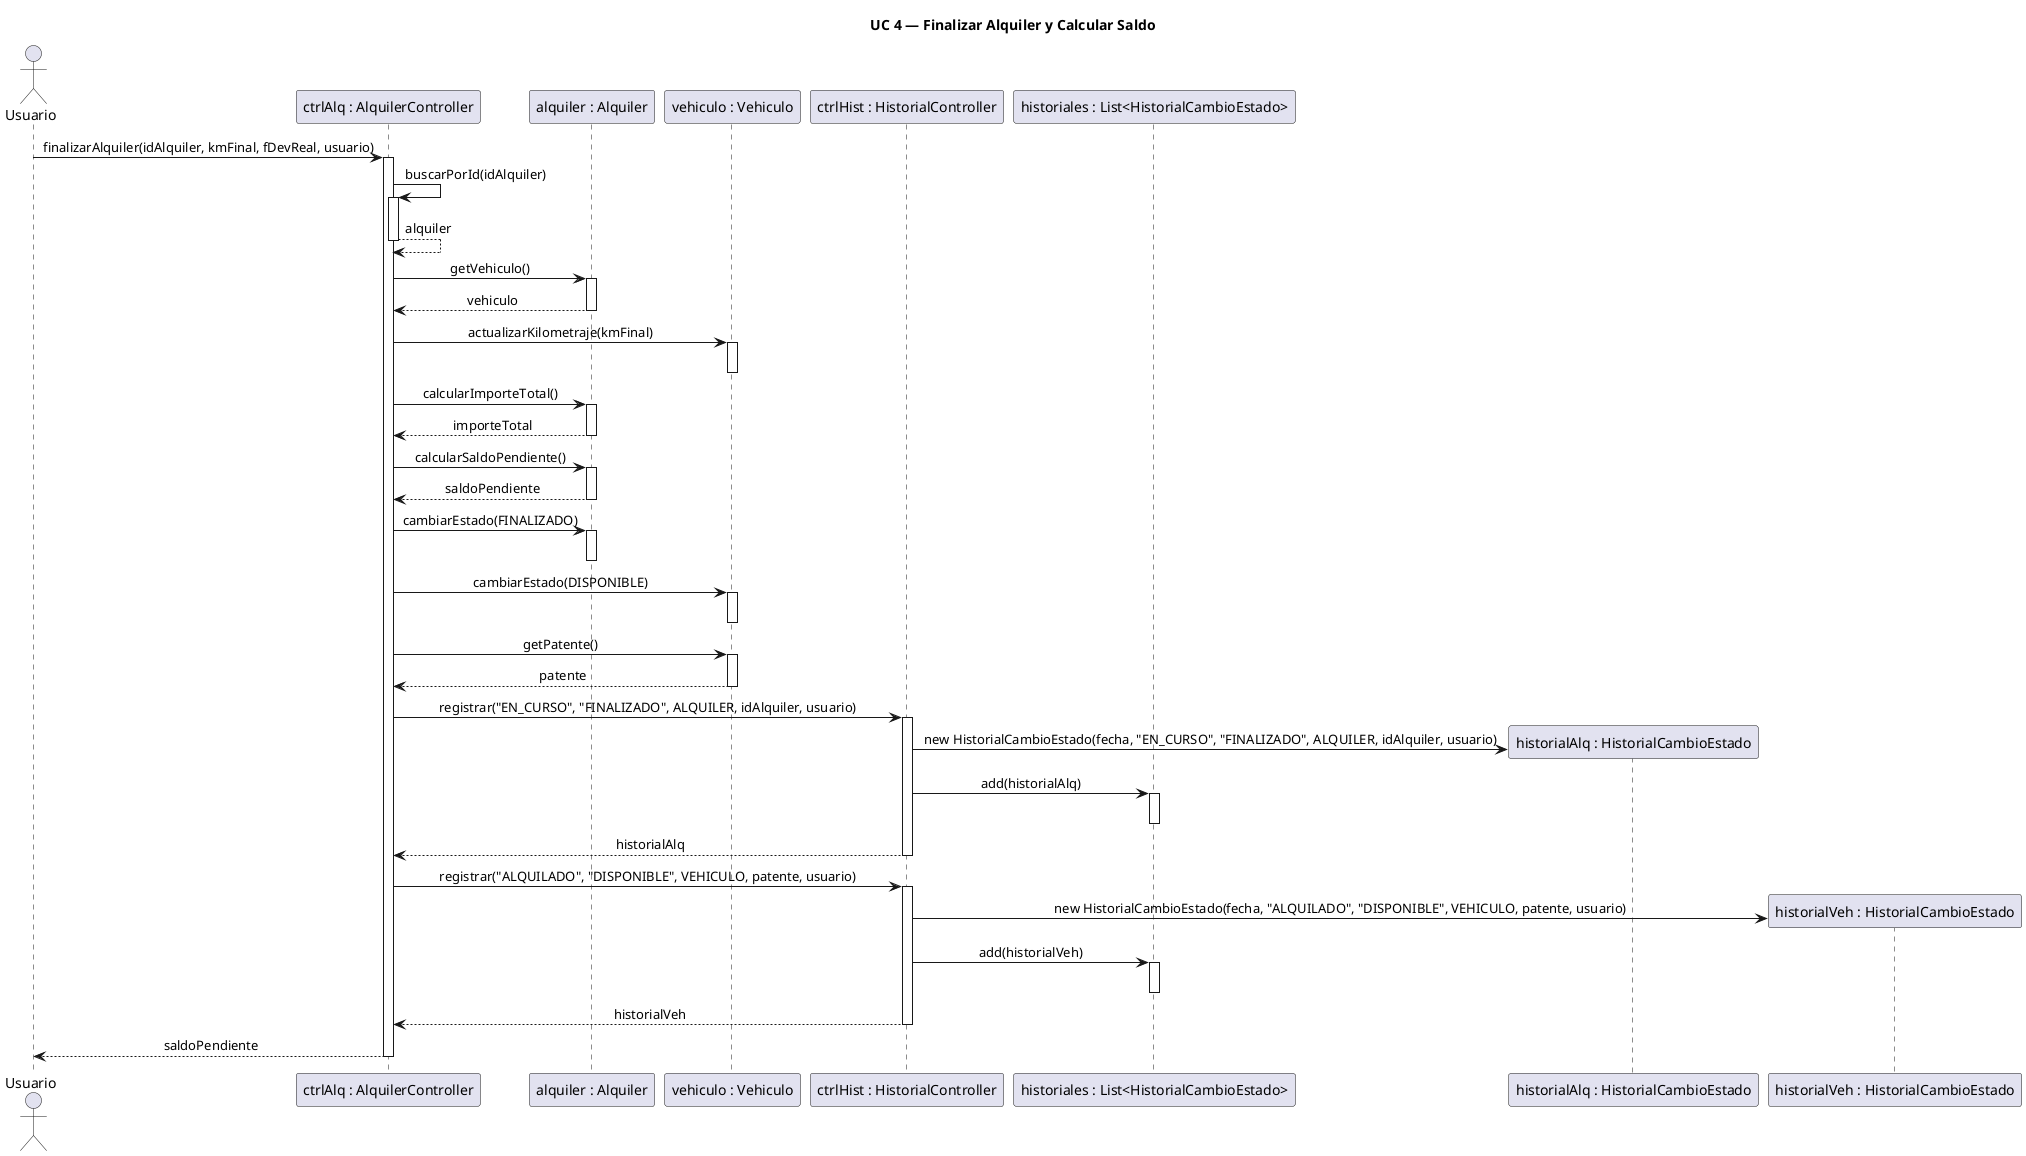
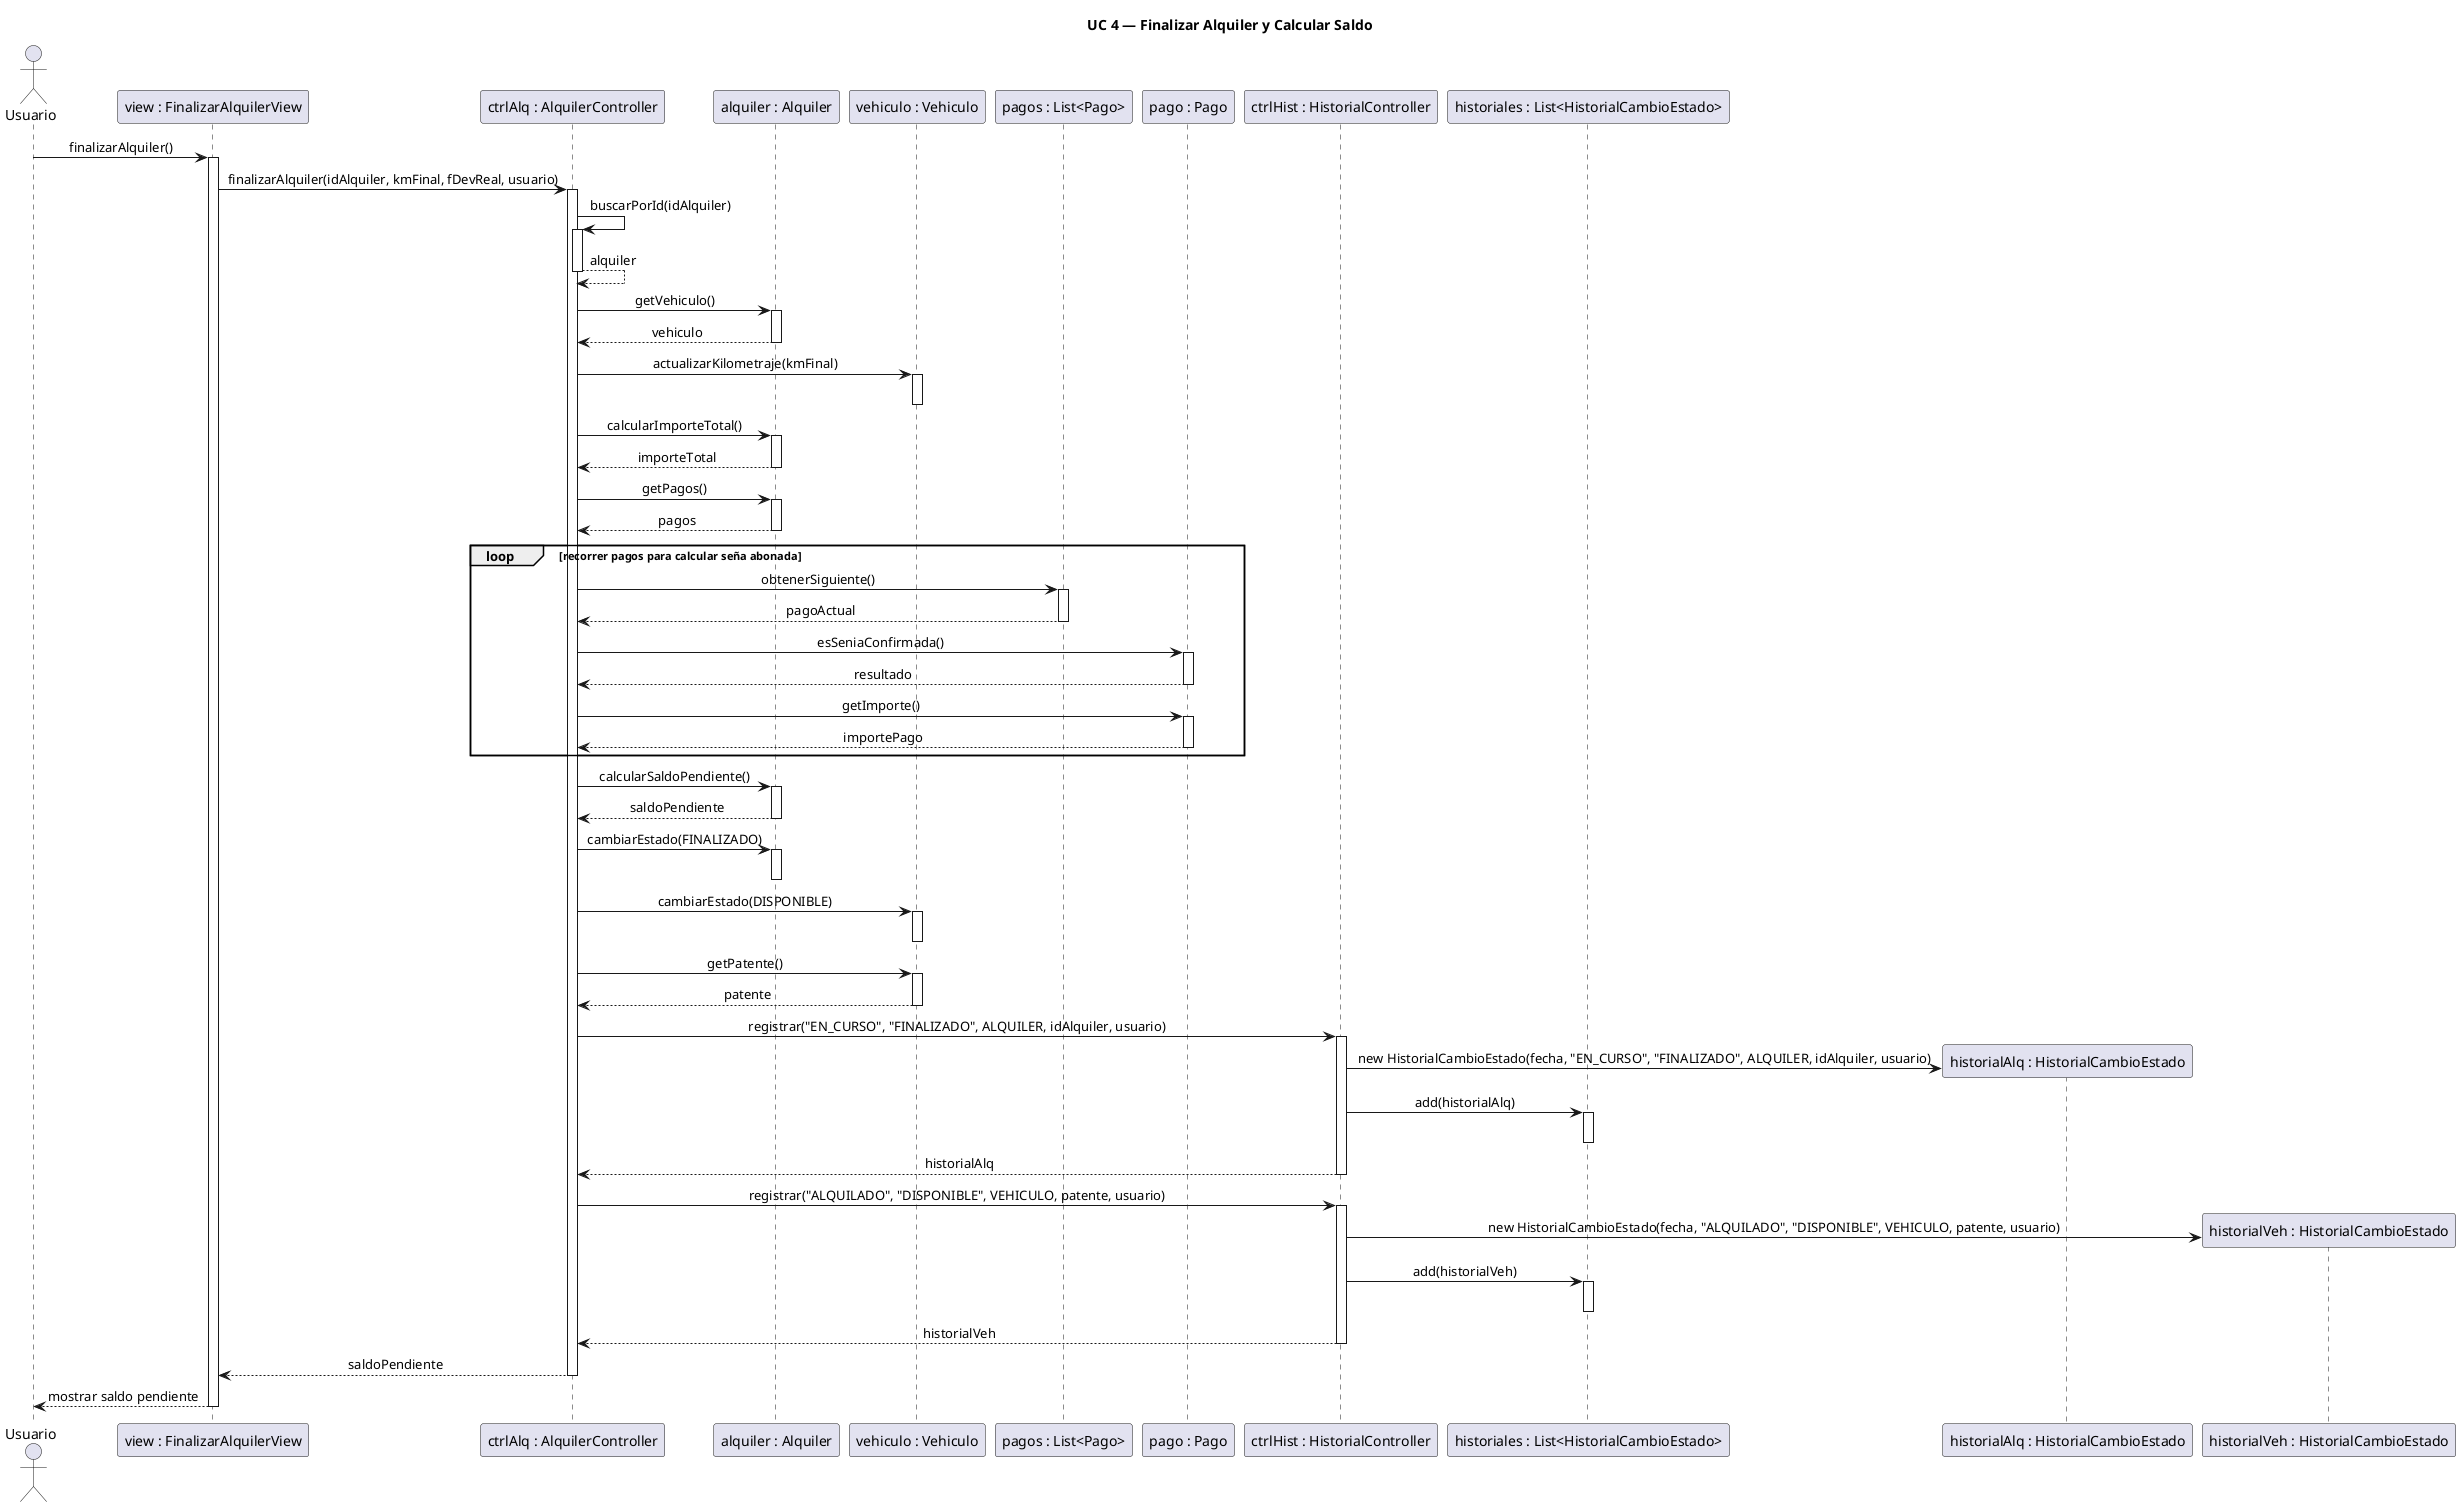
@startuml DS4_FinalizarAlquiler
skinparam sequenceMessageAlign center
skinparam responseMessageBelowArrow true

title UC 4 — Finalizar Alquiler y Calcular Saldo

actor Usuario

+ participant "view : FinalizarAlquilerView" as V
participant "ctrlAlq : AlquilerController" as AC
participant "alquiler : Alquiler" as A
- participant "vehiculo : Vehiculo" as V
+ participant "vehiculo : Vehiculo" as Veh
+ participant "pagos : List<Pago>" as LP
+ participant "pago : Pago" as P
participant "ctrlHist : HistorialController" as HC
participant "historiales : List<HistorialCambioEstado>" as LH
participant "historialAlq : HistorialCambioEstado" as HA
participant "historialVeh : HistorialCambioEstado" as HV

- Usuario -> AC : finalizarAlquiler(idAlquiler, kmFinal, fDevReal, usuario)
+ Usuario -> V : finalizarAlquiler()
+ activate V
+ 
+ V -> AC : finalizarAlquiler(idAlquiler, kmFinal, fDevReal, usuario)
activate AC

AC -> AC : buscarPorId(idAlquiler)
activate AC
AC --> AC : alquiler
deactivate AC

AC -> A : getVehiculo()
activate A
A --> AC : vehiculo
deactivate A

- AC -> V : actualizarKilometraje(kmFinal)
- activate V
- deactivate V
+ AC -> Veh : actualizarKilometraje(kmFinal)
+ activate Veh
+ deactivate Veh

AC -> A : calcularImporteTotal()
activate A
A --> AC : importeTotal
deactivate A
+ 
+ AC -> A : getPagos()
+ activate A
+ A --> AC : pagos
+ deactivate A
+ 
+ loop recorrer pagos para calcular seña abonada
+     AC -> LP : obtenerSiguiente()
+     activate LP
+     LP --> AC : pagoActual
+     deactivate LP
+ 
+     AC -> P : esSeniaConfirmada()
+     activate P
+     P --> AC : resultado
+     deactivate P
+ 
+     AC -> P : getImporte()
+     activate P
+     P --> AC : importePago
+     deactivate P
+ end

AC -> A : calcularSaldoPendiente()
activate A
A --> AC : saldoPendiente
deactivate A

AC -> A : cambiarEstado(FINALIZADO)
activate A
deactivate A

- AC -> V : cambiarEstado(DISPONIBLE)
- activate V
- deactivate V
+ AC -> Veh : cambiarEstado(DISPONIBLE)
+ activate Veh
+ deactivate Veh

- AC -> V : getPatente()
- activate V
- V --> AC : patente
- deactivate V
+ AC -> Veh : getPatente()
+ activate Veh
+ Veh --> AC : patente
+ deactivate Veh

AC -> HC : registrar("EN_CURSO", "FINALIZADO", ALQUILER, idAlquiler, usuario)
activate HC
HC -> HA ** : new HistorialCambioEstado(fecha, "EN_CURSO", "FINALIZADO", ALQUILER, idAlquiler, usuario)
HC -> LH : add(historialAlq)
activate LH
deactivate LH
HC --> AC : historialAlq
deactivate HC

AC -> HC : registrar("ALQUILADO", "DISPONIBLE", VEHICULO, patente, usuario)
activate HC
HC -> HV ** : new HistorialCambioEstado(fecha, "ALQUILADO", "DISPONIBLE", VEHICULO, patente, usuario)
HC -> LH : add(historialVeh)
activate LH
deactivate LH
HC --> AC : historialVeh
deactivate HC

- AC --> Usuario : saldoPendiente
+ AC --> V : saldoPendiente
deactivate AC

- @enduml
+ V --> Usuario : mostrar saldo pendiente
+ deactivate V
+ 
+ @enduml